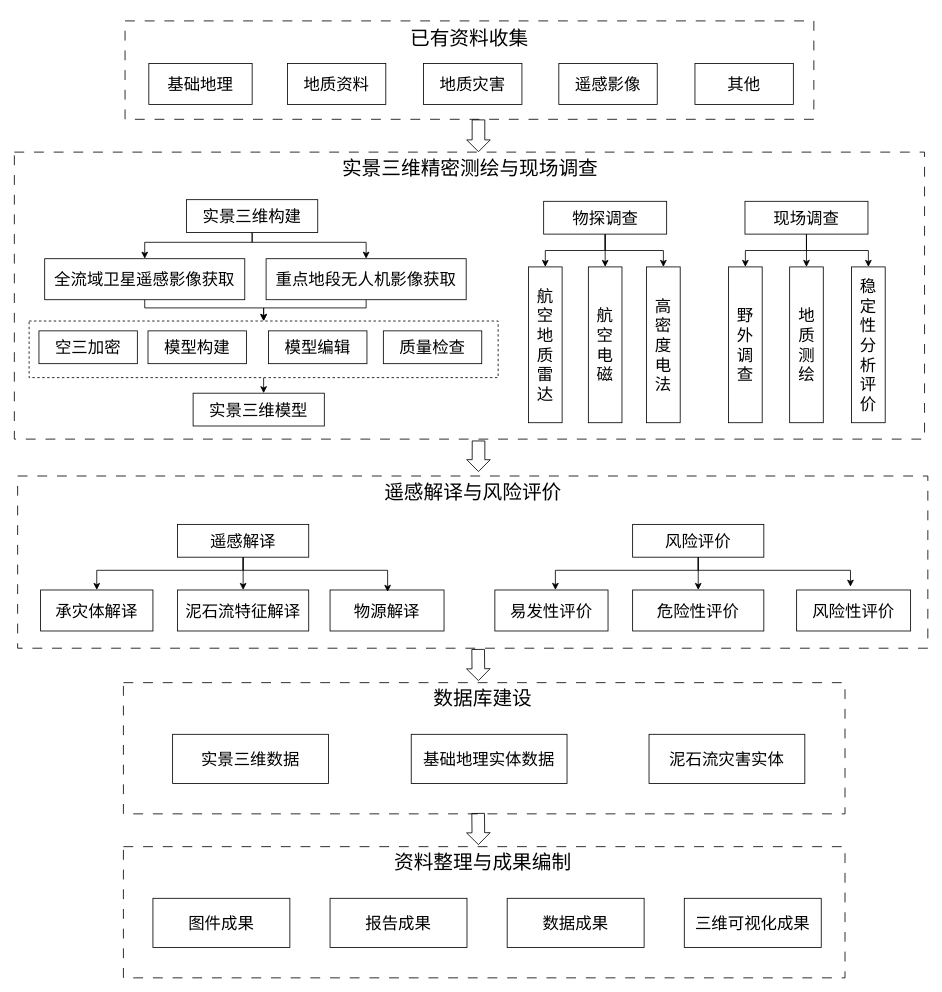
Above: 四川省泥石流实景三维测绘与调查评价技术指南.drawio in Katherinelove/LCT (draw.io), before the change. Source tidied: cells renumbered, new cells numbered last; positions are measured from the earlier drawing's top-left corner, leaving out a move shared by most shapes. Both pictures are drawn from the tidied source at 82%, with x=0, y=0 at pixel (14, 14).
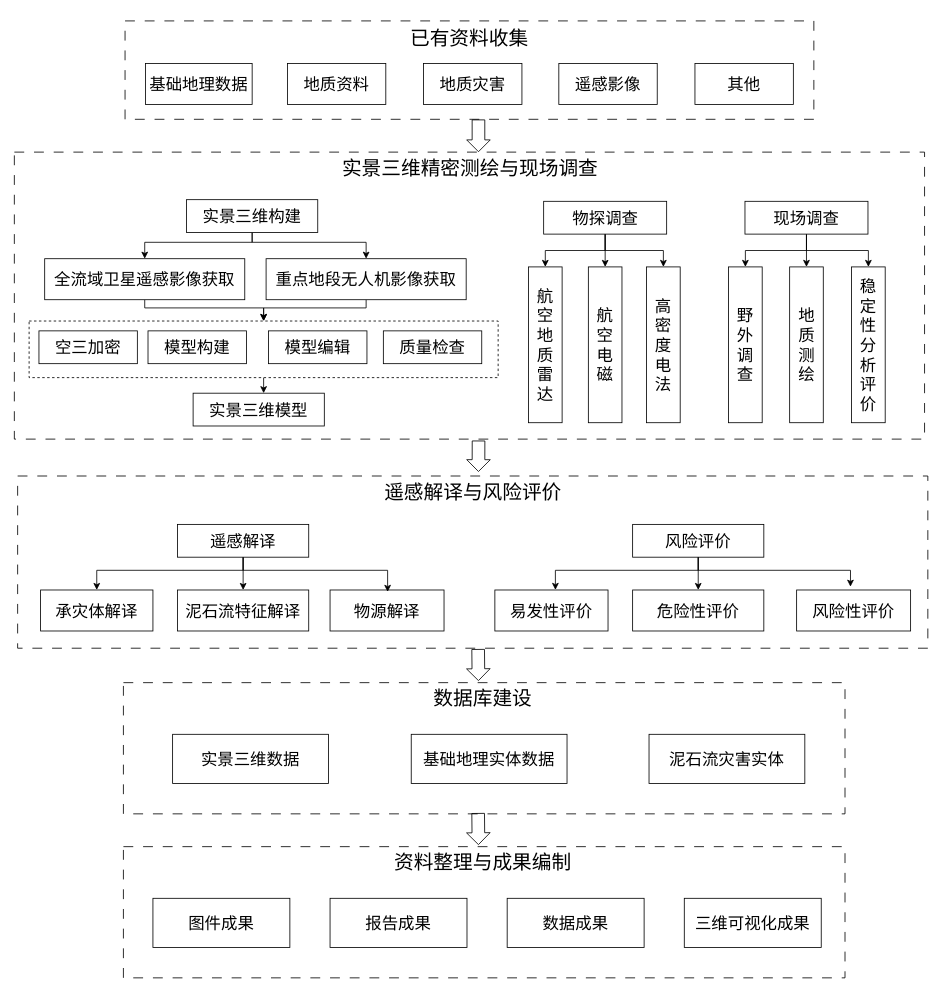
The same page after the edit.

Commit message:
更新四川省泥石流实景三维测绘与调查评价技术指南.drawio

Diff of the diagram source:
```diff
@@
-    <mxCell id="5" value="&lt;font style=&quot;font-size: 20px;&quot;&gt;基础地理&lt;/font&gt;" style="rounded=0;whiteSpace=wrap;html=1;" parent="1" vertex="1">
-      <mxGeometry x="164" y="60" width="126" height="50" as="geometry" />
+    <mxCell id="5" value="&lt;font style=&quot;font-size: 20px;&quot;&gt;基础地理数据&lt;/font&gt;" style="rounded=0;whiteSpace=wrap;html=1;" parent="1" vertex="1">
+      <mxGeometry x="160" y="60" width="130" height="50" as="geometry" />
     </mxCell>
```
